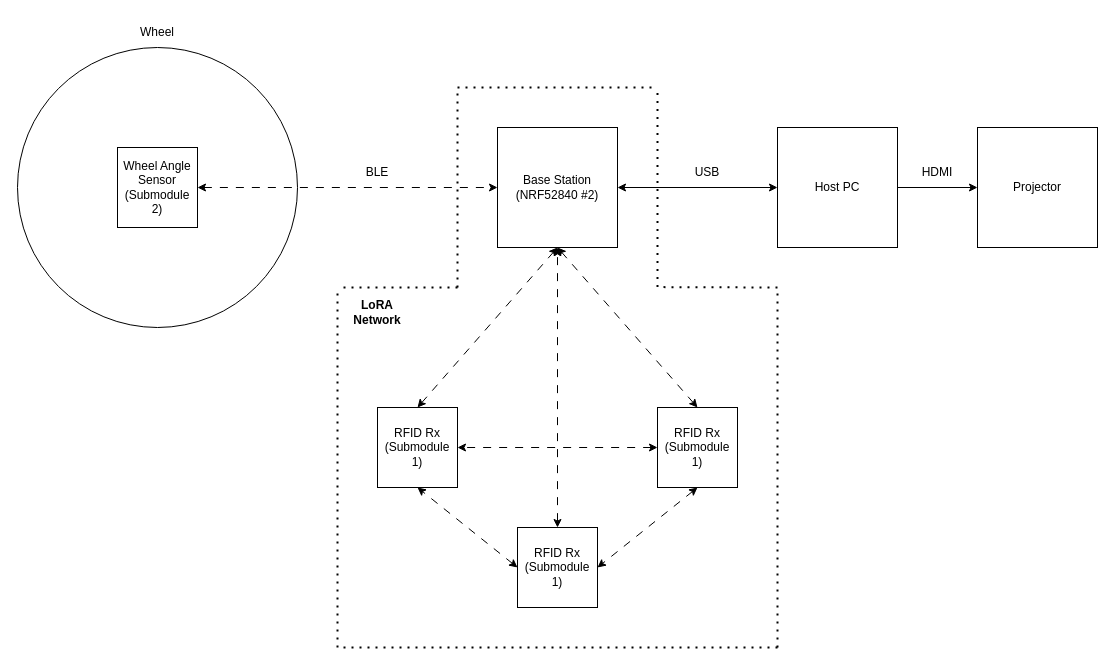
Before: page "TopLevel" (1 of 3) of 00 Docs/Final Project Hardware Architecture.drawio in TynanJ/Blue-Tethys, a draw.io diagram. Source tidied: cells renumbered, new cells numbered last; positions are measured from the earlier drawing's top-left corner, leaving out a move shared by most shapes. Both pictures are drawn from the tidied source at 100%, with x=0, y=0 at pixel (17, 17).
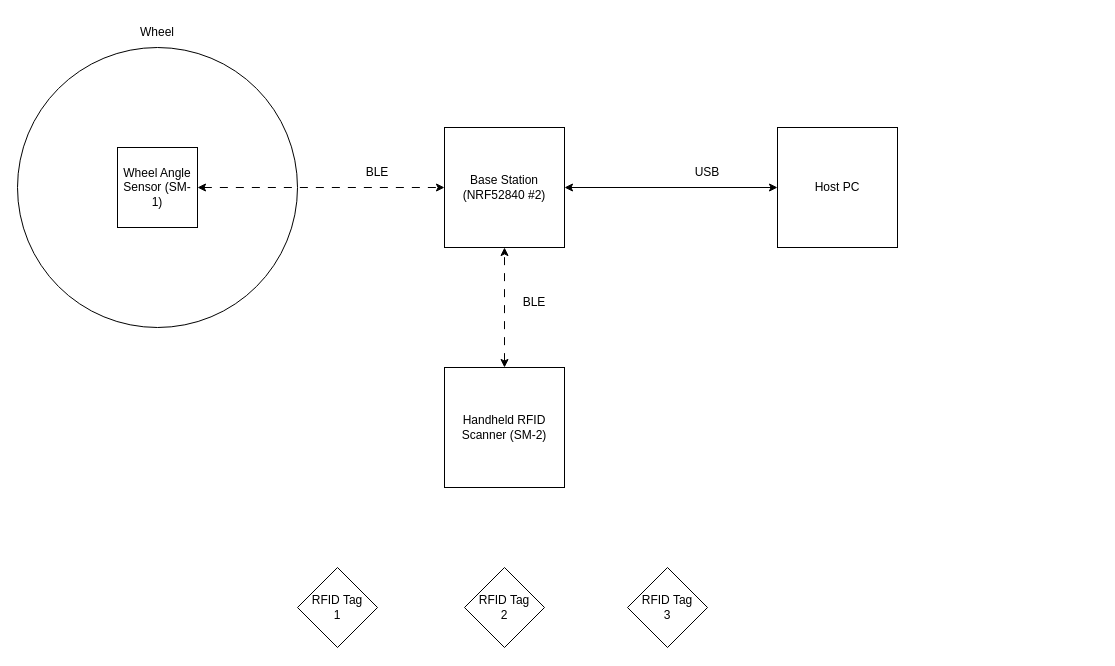
Above is the later version.

The change refers to these unchanged cells:
```xml
<mxCell id="17" value="Host PC" style="rounded=0;whiteSpace=wrap;html=1;" parent="1" vertex="1">
  <mxGeometry x="760" y="110" width="120" height="120" as="geometry" />
</mxCell>
```

Change to the diagram source:
```diff
@@
-    <mxCell id="3" value="Wheel Angle Sensor (Submodule 2)" style="rounded=0;whiteSpace=wrap;html=1;" parent="1" vertex="1">
+    <mxCell id="3" value="Wheel Angle Sensor (SM-1)" style="rounded=0;whiteSpace=wrap;html=1;" parent="1" vertex="1">
       <mxGeometry x="100" y="130" width="80" height="80" as="geometry" />
     </mxCell>
     <mxCell id="4" value="Base Station (NRF52840 #2)" style="rounded=0;whiteSpace=wrap;html=1;" parent="1" vertex="1">
-      <mxGeometry x="480" y="110" width="120" height="120" as="geometry" />
+      <mxGeometry x="427" y="110" width="120" height="120" as="geometry" />
     </mxCell>
-    <mxCell id="5" value="RFID Rx (Submodule 1)" style="rounded=0;whiteSpace=wrap;html=1;" parent="1" vertex="1">
-      <mxGeometry x="360" y="390" width="80" height="80" as="geometry" />
-    </mxCell>
-    <mxCell id="6" value="RFID Rx (Submodule 1)" style="rounded=0;whiteSpace=wrap;html=1;" parent="1" vertex="1">
-      <mxGeometry x="640" y="390" width="80" height="80" as="geometry" />
-    </mxCell>
@@
-    <mxCell id="8" style="endArrow=classic;startArrow=classic;html=1;rounded=0;entryX=0.5;entryY=1;entryDx=0;entryDy=0;exitX=0.5;exitY=0;exitDx=0;exitDy=0;dashed=1;dashPattern=8 8;" parent="1" edge="1" source="5" target="4">
-      <mxGeometry relative="1" as="geometry" />
-    </mxCell>
@@
-    <mxCell id="10" style="endArrow=classic;startArrow=classic;html=1;rounded=0;entryX=0.5;entryY=1;entryDx=0;entryDy=0;exitX=0.5;exitY=0;exitDx=0;exitDy=0;dashed=1;dashPattern=8 8;" parent="1" edge="1" source="12" target="4">
+    <mxCell id="10" style="endArrow=classic;startArrow=classic;html=1;rounded=0;entryX=0.5;entryY=1;entryDx=0;entryDy=0;dashed=1;dashPattern=8 8;exitX=0.5;exitY=0;exitDx=0;exitDy=0;" parent="1" edge="1" source="32" target="4">
       <mxGeometry relative="1" as="geometry" />
     </mxCell>
-    <mxCell id="11" style="endArrow=classic;startArrow=classic;html=1;rounded=0;entryX=0.5;entryY=1;entryDx=0;entryDy=0;exitX=0.5;exitY=0;exitDx=0;exitDy=0;dashed=1;dashPattern=8 8;" parent="1" edge="1" source="6" target="4">
-      <mxGeometry relative="1" as="geometry" />
-    </mxCell>
-    <mxCell id="12" value="RFID Rx (Submodule 1)" style="rounded=0;whiteSpace=wrap;html=1;" parent="1" vertex="1">
-      <mxGeometry x="500" y="510" width="80" height="80" as="geometry" />
-    </mxCell>
-    <mxCell id="13" style="endArrow=classic;startArrow=classic;html=1;rounded=0;entryX=0.5;entryY=1;entryDx=0;entryDy=0;exitX=0;exitY=0.5;exitDx=0;exitDy=0;dashed=1;dashPattern=8 8;" parent="1" edge="1" source="12" target="5">
-      <mxGeometry relative="1" as="geometry" />
-    </mxCell>
-    <mxCell id="14" style="endArrow=classic;startArrow=classic;html=1;rounded=0;entryX=1;entryY=0.5;entryDx=0;entryDy=0;exitX=0.5;exitY=1;exitDx=0;exitDy=0;dashed=1;dashPattern=8 8;" parent="1" edge="1" source="6" target="12">
-      <mxGeometry relative="1" as="geometry" />
-    </mxCell>
-    <mxCell id="15" style="endArrow=classic;startArrow=classic;html=1;rounded=0;entryX=1;entryY=0.5;entryDx=0;entryDy=0;exitX=0;exitY=0.5;exitDx=0;exitDy=0;dashed=1;dashPattern=8 8;" parent="1" edge="1" source="6" target="5">
-      <mxGeometry relative="1" as="geometry" />
-    </mxCell>
-    <mxCell id="16" style="edgeStyle=orthogonalEdgeStyle;rounded=0;jettySize=auto;html=1;exitX=1;exitY=0.5;exitDx=0;exitDy=0;entryX=0;entryY=0.5;entryDx=0;entryDy=0;" parent="1" edge="1" source="17" target="19">
-      <mxGeometry relative="1" as="geometry" />
-    </mxCell>
@@
-    <mxCell id="19" value="Projector" style="rounded=0;whiteSpace=wrap;html=1;" parent="1" vertex="1">
-      <mxGeometry x="960" y="110" width="120" height="120" as="geometry" />
-    </mxCell>
-    <mxCell id="20" value="HDMI" style="text;html=1;whiteSpace=wrap;strokeColor=none;fillColor=none;align=center;verticalAlign=middle;rounded=0;" parent="1" vertex="1">
-      <mxGeometry x="890" y="140" width="60" height="30" as="geometry" />
-    </mxCell>
@@
-    <mxCell id="23" value="LoRA Network" style="text;html=1;whiteSpace=wrap;strokeColor=none;fillColor=none;align=center;verticalAlign=middle;rounded=0;fontStyle=1;" parent="1" vertex="1">
-      <mxGeometry x="330" y="280" width="60" height="30" as="geometry" />
-    </mxCell>
-    <mxCell id="24" style="endArrow=none;dashed=1;html=1;dashPattern=1 3;strokeWidth=2;rounded=0;" parent="1" edge="1">
-      <mxGeometry relative="1" as="geometry">
-        <mxPoint x="440" y="270" as="sourcePoint" />
-        <mxPoint x="440" y="70" as="targetPoint" />
-      </mxGeometry>
-    </mxCell>
-    <mxCell id="25" style="endArrow=none;dashed=1;html=1;dashPattern=1 3;strokeWidth=2;rounded=0;" parent="1" edge="1">
-      <mxGeometry relative="1" as="geometry">
-        <mxPoint x="640" y="269.6" as="sourcePoint" />
-        <mxPoint x="640" y="69.6" as="targetPoint" />
-      </mxGeometry>
-    </mxCell>
-    <mxCell id="26" style="endArrow=none;dashed=1;html=1;dashPattern=1 3;strokeWidth=2;rounded=0;" parent="1" edge="1">
-      <mxGeometry relative="1" as="geometry">
-        <mxPoint x="760" y="270" as="sourcePoint" />
-        <mxPoint x="640.4" y="269.6" as="targetPoint" />
-      </mxGeometry>
-    </mxCell>
-    <mxCell id="27" style="endArrow=none;dashed=1;html=1;dashPattern=1 3;strokeWidth=2;rounded=0;" parent="1" edge="1">
-      <mxGeometry relative="1" as="geometry">
-        <mxPoint x="440" y="270" as="sourcePoint" />
-        <mxPoint x="320" y="270" as="targetPoint" />
-      </mxGeometry>
-    </mxCell>
-    <mxCell id="28" style="endArrow=none;dashed=1;html=1;dashPattern=1 3;strokeWidth=2;rounded=0;" parent="1" edge="1">
-      <mxGeometry relative="1" as="geometry">
-        <mxPoint x="320" y="630" as="sourcePoint" />
-        <mxPoint x="320" y="270" as="targetPoint" />
-      </mxGeometry>
-    </mxCell>
-    <mxCell id="29" style="endArrow=none;dashed=1;html=1;dashPattern=1 3;strokeWidth=2;rounded=0;" parent="1" edge="1">
-      <mxGeometry relative="1" as="geometry">
-        <mxPoint x="760" y="630" as="sourcePoint" />
-        <mxPoint x="320" y="630" as="targetPoint" />
-      </mxGeometry>
-    </mxCell>
-    <mxCell id="30" style="endArrow=none;dashed=1;html=1;dashPattern=1 3;strokeWidth=2;rounded=0;" parent="1" edge="1">
-      <mxGeometry relative="1" as="geometry">
-        <mxPoint x="760" y="630" as="sourcePoint" />
-        <mxPoint x="760" y="270" as="targetPoint" />
-      </mxGeometry>
-    </mxCell>
-    <mxCell id="31" style="endArrow=none;dashed=1;html=1;dashPattern=1 3;strokeWidth=2;rounded=0;" parent="1" edge="1">
-      <mxGeometry relative="1" as="geometry">
-        <mxPoint x="440" y="70" as="sourcePoint" />
-        <mxPoint x="640" y="70" as="targetPoint" />
-      </mxGeometry>
-    </mxCell>
+    <mxCell id="32" value="Handheld RFID Scanner (SM-2)" style="rounded=0;whiteSpace=wrap;html=1;" parent="1" vertex="1">
+      <mxGeometry x="427" y="350" width="120" height="120" as="geometry" />
+    </mxCell>
+    <mxCell id="33" value="RFID Tag&lt;div&gt;1&lt;/div&gt;" style="rhombus;whiteSpace=wrap;html=1;" parent="1" vertex="1">
+      <mxGeometry x="280" y="550" width="80" height="80" as="geometry" />
+    </mxCell>
+    <mxCell id="34" value="RFID Tag&lt;div&gt;2&lt;/div&gt;" style="rhombus;whiteSpace=wrap;html=1;" parent="1" vertex="1">
+      <mxGeometry x="447" y="550" width="80" height="80" as="geometry" />
+    </mxCell>
+    <mxCell id="35" value="RFID Tag&lt;div&gt;3&lt;/div&gt;" style="rhombus;whiteSpace=wrap;html=1;" parent="1" vertex="1">
+      <mxGeometry x="610" y="550" width="80" height="80" as="geometry" />
+    </mxCell>
+    <mxCell id="36" value="BLE" style="text;html=1;whiteSpace=wrap;strokeColor=none;fillColor=none;align=center;verticalAlign=middle;rounded=0;" parent="1" vertex="1">
+      <mxGeometry x="487" y="270" width="60" height="30" as="geometry" />
+    </mxCell>
```
